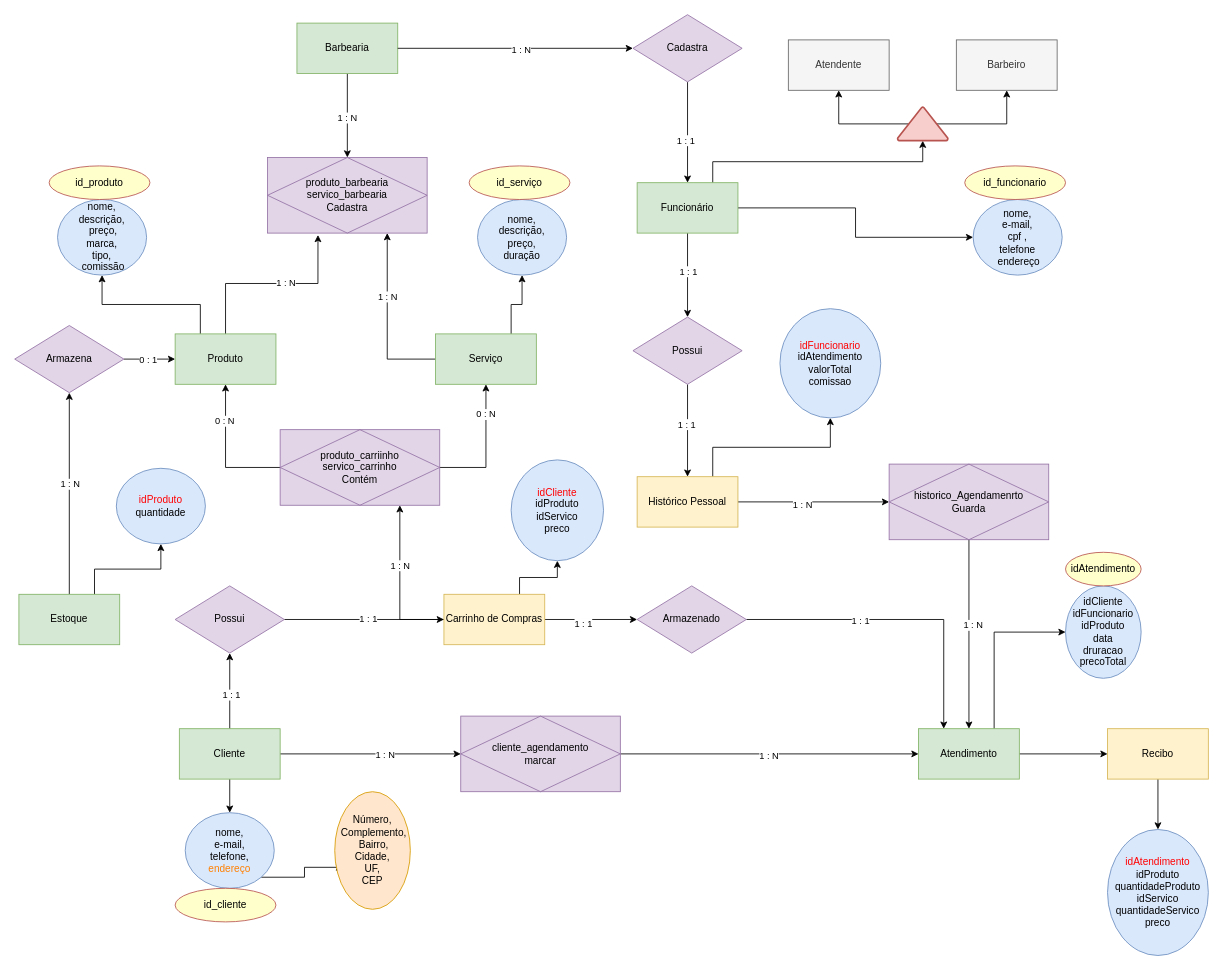
Before: projetos/barbearia_app/V2/V1_diagrama-barbearia.drawio in Vitin-Ps/meus_projetos, a draw.io diagram. Source tidied: cells renumbered, new cells numbered last; positions are measured from the earlier drawing's top-left corner, leaving out a move shared by most shapes. Both pictures are drawn from the tidied source at 84%, with x=0, y=0 at pixel (14, 14).
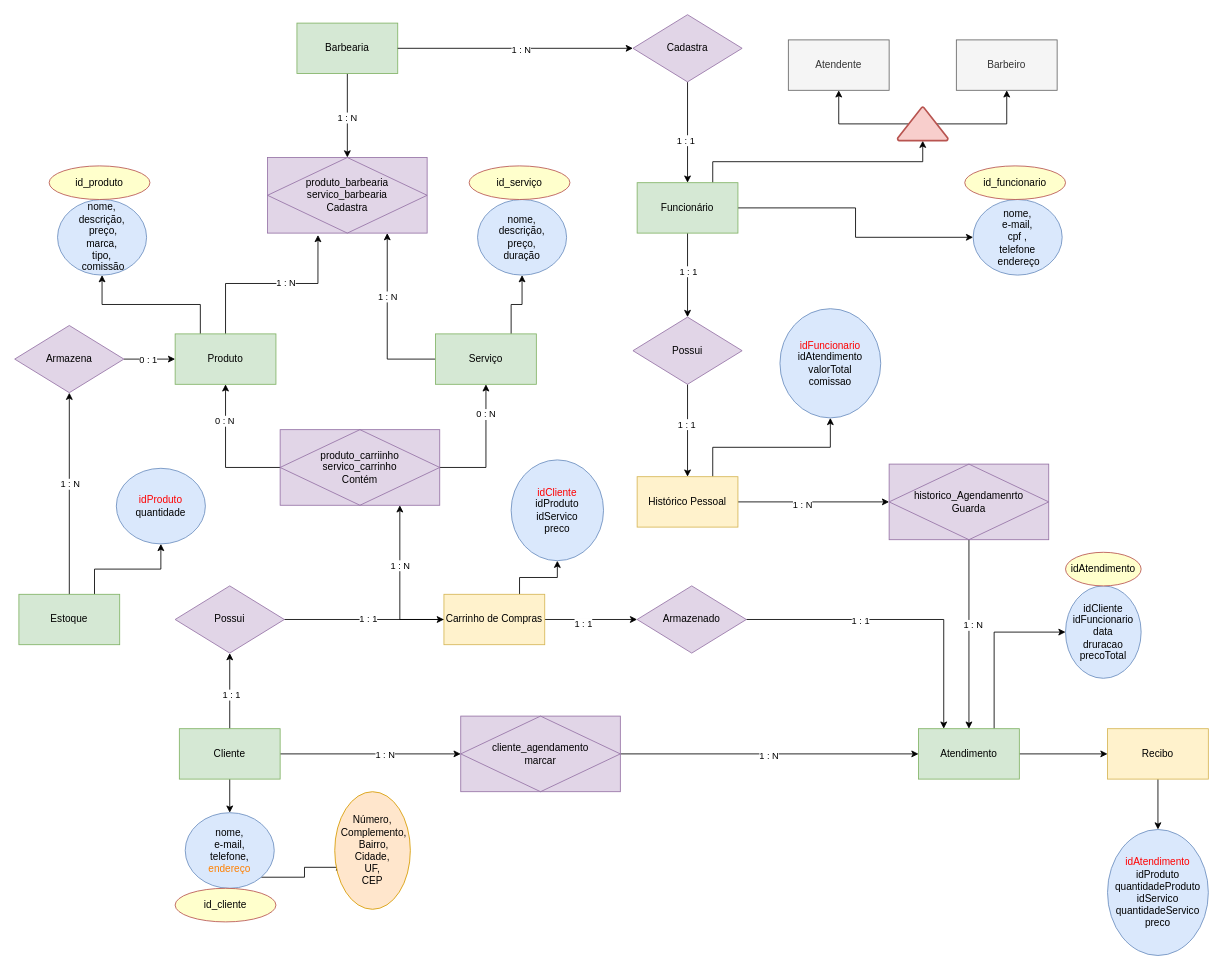
The same diagram, later.

Change to the diagram source:
```diff
@@
-    <mxCell id="91" value="idCliente&lt;br&gt;idFuncionario&lt;br&gt;idProduto&lt;br&gt;data&lt;br&gt;druracao&lt;br&gt;precoTotal" style="ellipse;whiteSpace=wrap;html=1;fillColor=#dae8fc;strokeColor=#6c8ebf;" parent="1" vertex="1">
+    <mxCell id="91" value="idCliente&lt;br&gt;idFuncionario&lt;br&gt;data&lt;br&gt;druracao&lt;br&gt;precoTotal" style="ellipse;whiteSpace=wrap;html=1;fillColor=#dae8fc;strokeColor=#6c8ebf;" parent="1" vertex="1">
       <mxGeometry x="1251" y="680" width="90" height="110" as="geometry" />
     </mxCell>
```
